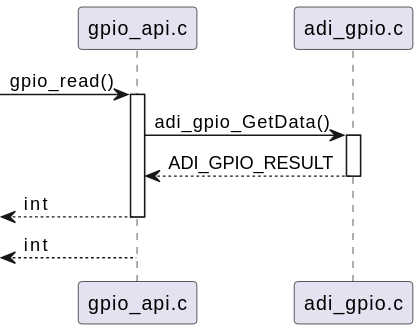
Earlier version of the PlantUML export ai-design/sequence/gpio_read.svg (Bhagyani08/test_project).
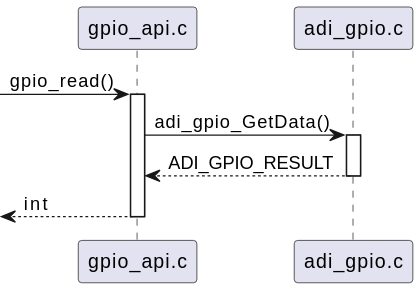
After the commit.

Commit message:
Auto-update AI design diagrams

The edit, as a diff of the source:
```diff
@@ -11,6 +11,4 @@
 deactivate adi_gpio_c
 [<-- gpio_api_c : int
 deactivate gpio_api_c
-
-[<-- gpio_api_c : int
 @enduml
```
